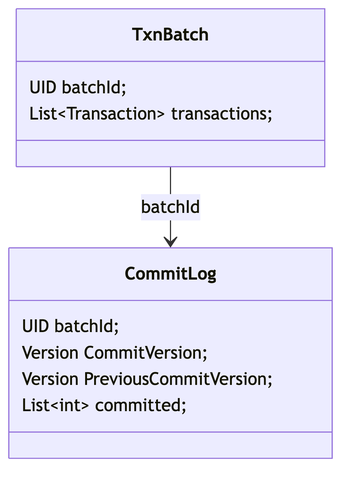
Above: design/new-arch-data-model.png in jzhou77/foundationdb (Mermaid), before the change. Its source is kept beside it as design/new-arch-data-model.mmd.
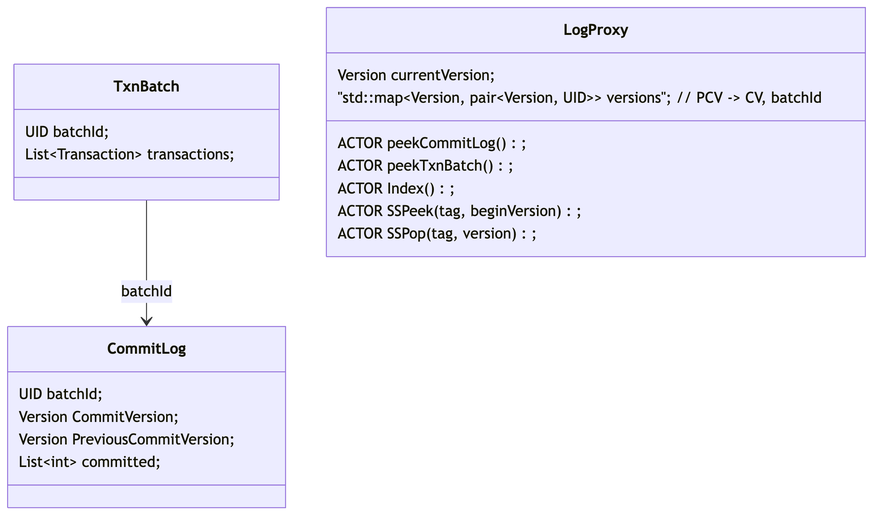
After the change.

Commit message:
Add log proxy

Change to the diagram source:
```diff
@@ -12,3 +12,14 @@
     }
 
     TxnBatch --> CommitLog : batchId
+
+    class LogProxy {
+        Version currentVersion;
+        "std::map&lt;Version, pair&lt;Version, UID&gt;&gt; versions"; // PCV -> CV, batchId
+
+        ACTOR peekCommitLog();
+        ACTOR peekTxnBatch();
+        ACTOR Index();
+        ACTOR SSPeek(tag, beginVersion);
+        ACTOR SSPop(tag, version);
+    }
```
